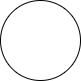
Before: Idea Diagram.drawio.png, a diagram exported from draw.io (Bradykim/XPRIZE-ID-from-Video). Source tidied: cells renumbered, new cells last; positions are measured from the earlier drawing's top-left corner, leaving out a move shared by most shapes. Source of this version:
```xml
<mxGraphModel>
  <root>
    <mxCell id="0" />
    <mxCell id="1" parent="0" />
    <mxCell id="2" style="ellipse;whiteSpace=wrap;html=1;" parent="1" vertex="1">
      <mxGeometry width="80" height="80" as="geometry" />
    </mxCell>
  </root>
</mxGraphModel>
```
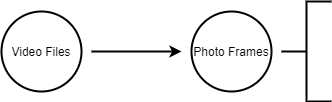
The same file after the commit.

Change to the diagram source:
```diff
@@ -2,8 +2,20 @@
   <root>
     <mxCell id="0" />
     <mxCell id="1" parent="0" />
-    <mxCell id="2" style="ellipse;whiteSpace=wrap;html=1;" parent="1" vertex="1">
+    <mxCell id="2" value="Video Files" style="ellipse;whiteSpace=wrap;html=1;strokeWidth=2;" parent="1" vertex="1">
       <mxGeometry width="80" height="80" as="geometry" />
     </mxCell>
+    <mxCell id="3" style="endArrow=classic;html=1;strokeWidth=2;" parent="1" edge="1">
+      <mxGeometry relative="1" as="geometry">
+        <mxPoint x="90" y="40" as="sourcePoint" />
+        <mxPoint x="180" y="40" as="targetPoint" />
+      </mxGeometry>
+    </mxCell>
+    <mxCell id="4" value="Photo Frames" style="ellipse;whiteSpace=wrap;html=1;strokeWidth=2;" parent="1" vertex="1">
+      <mxGeometry x="190" width="80" height="80" as="geometry" />
+    </mxCell>
+    <mxCell id="5" style="strokeWidth=2;html=1;shape=mxgraph.flowchart.annotation_2;align=left;labelPosition=right;shadow=0;" parent="1" vertex="1">
+      <mxGeometry x="280" y="-10" width="50" height="100" as="geometry" />
+    </mxCell>
   </root>
 </mxGraphModel>
```
